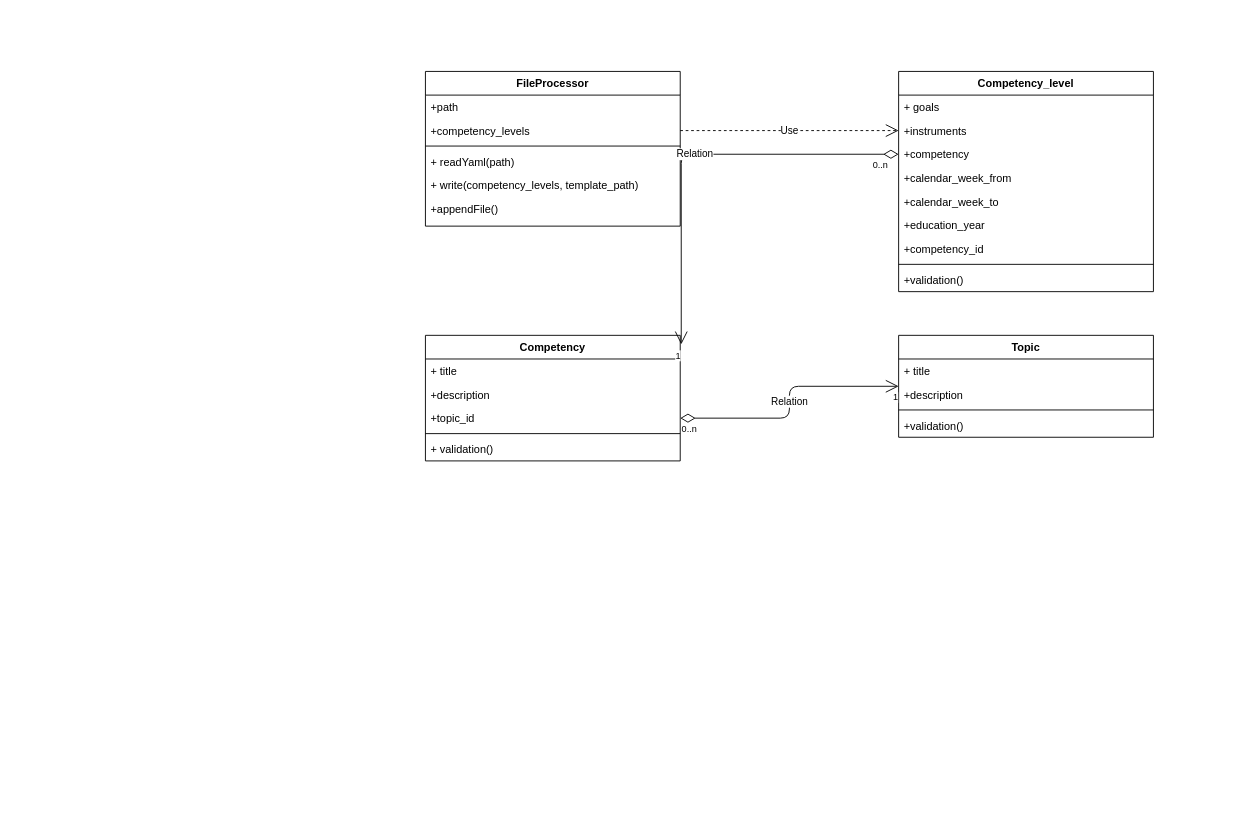
This is uml.drawio from puzzle-bbt/kon-ausbildungsplan-builder, a draw.io file, before an edit. Source tidied: cells renumbered, new cells numbered last; positions are measured from the earlier drawing's top-left corner, leaving out a move shared by most shapes. Both pictures are drawn from the tidied source at 91%, with x=0, y=0 at pixel (425, 71).
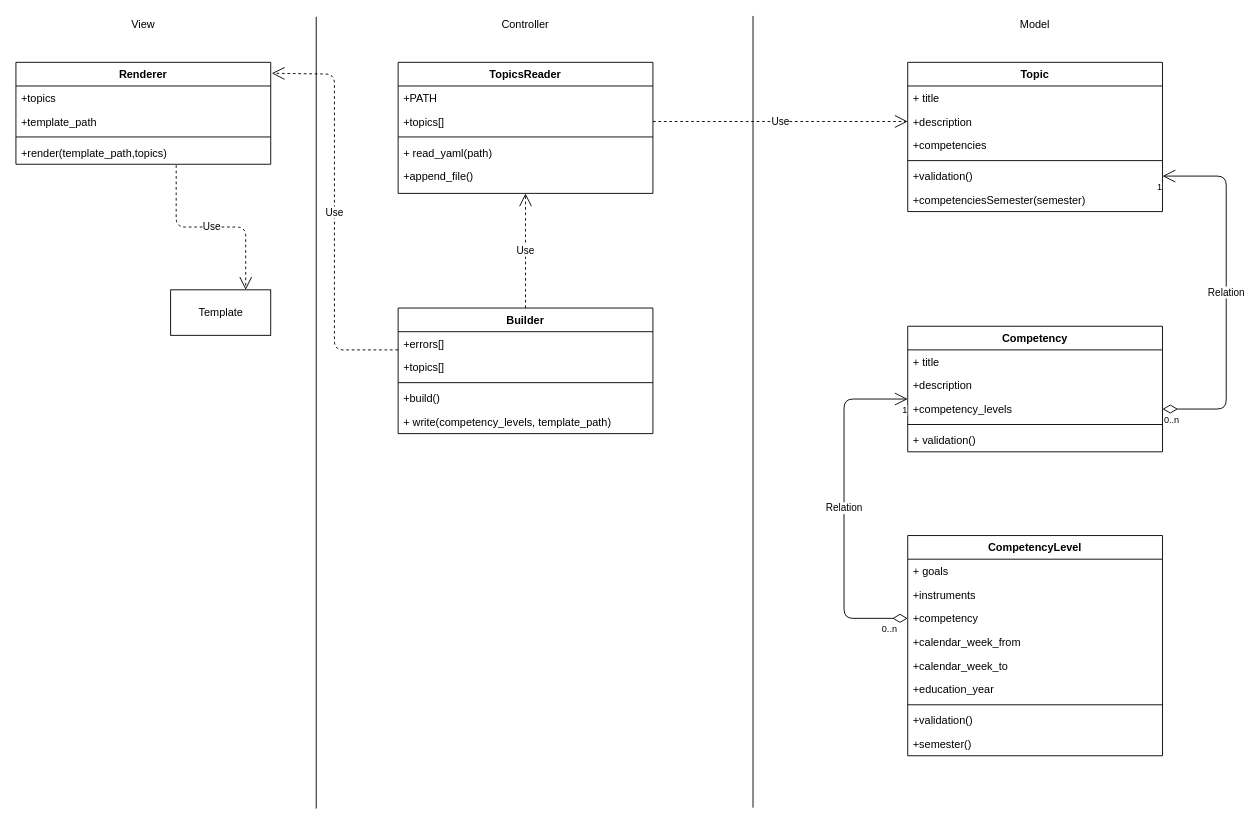
The same page after the edit.

Unchanged cells that the change refers to:
```xml
<mxCell id="4" value="+description" style="text;strokeColor=none;fillColor=none;align=left;verticalAlign=top;spacingLeft=4;spacingRight=4;overflow=hidden;points=[[0,0.5],[1,0.5]];portConstraint=eastwest;" parent="2" vertex="1">
  <mxGeometry y="52" width="280" height="26" as="geometry" />
</mxCell>
<mxCell id="15" value="+instruments" style="text;strokeColor=none;fillColor=none;align=left;verticalAlign=top;spacingLeft=4;spacingRight=4;overflow=hidden;points=[[0,0.5],[1,0.5]];portConstraint=eastwest;" parent="13" vertex="1">
  <mxGeometry y="52" width="280" height="26" as="geometry" />
</mxCell>
<mxCell id="16" value="+competency&#10;" style="text;strokeColor=none;fillColor=none;align=left;verticalAlign=top;spacingLeft=4;spacingRight=4;overflow=hidden;points=[[0,0.5],[1,0.5]];portConstraint=eastwest;" parent="13" vertex="1">
  <mxGeometry y="78" width="280" height="26" as="geometry" />
</mxCell>
```

Change to the diagram source:
```diff
@@
     <mxCell id="2" value="Topic" style="swimlane;fontStyle=1;align=center;verticalAlign=top;horizontal=1;startSize=26;" parent="1" vertex="1">
-      <mxGeometry x="520" y="290" width="280" height="112" as="geometry" />
+      <mxGeometry x="530" y="-10" width="280" height="164" as="geometry" />
     </mxCell>
@@
+    <mxCell id="37" value="+competencies" style="text;strokeColor=none;fillColor=none;align=left;verticalAlign=top;spacingLeft=4;spacingRight=4;overflow=hidden;" parent="2" vertex="1">
+      <mxGeometry y="78" width="280" height="26" as="geometry" />
+    </mxCell>
     <mxCell id="5" style="line;strokeWidth=1;fillColor=none;align=left;verticalAlign=middle;spacingTop=-1;spacingLeft=3;spacingRight=3;labelPosition=right;" parent="2" vertex="1">
-      <mxGeometry y="78" width="280" height="8" as="geometry" />
+      <mxGeometry y="104" width="280" height="8" as="geometry" />
     </mxCell>
     <mxCell id="6" value="+validation()" style="text;strokeColor=none;fillColor=none;align=left;verticalAlign=top;spacingLeft=4;spacingRight=4;overflow=hidden;" parent="2" vertex="1">
-      <mxGeometry y="86" width="280" height="26" as="geometry" />
+      <mxGeometry y="112" width="280" height="26" as="geometry" />
     </mxCell>
+    <mxCell id="38" value="+competenciesSemester(semester)" style="text;strokeColor=none;fillColor=none;align=left;verticalAlign=top;spacingLeft=4;spacingRight=4;overflow=hidden;" parent="2" vertex="1">
+      <mxGeometry y="138" width="280" height="26" as="geometry" />
+    </mxCell>
     <mxCell id="7" value="Competency" style="swimlane;fontStyle=1;align=center;verticalAlign=top;horizontal=1;startSize=26;" parent="1" vertex="1">
-      <mxGeometry y="290" width="280" height="138" as="geometry" />
+      <mxGeometry x="530" y="280" width="280" height="138" as="geometry" />
     </mxCell>
@@
-    <mxCell id="10" value="+topic_id" style="text;strokeColor=none;fillColor=none;align=left;verticalAlign=top;spacingLeft=4;spacingRight=4;overflow=hidden;points=[[0,0.5],[1,0.5]];portConstraint=eastwest;" parent="7" vertex="1">
+    <mxCell id="10" value="+competency_levels" style="text;strokeColor=none;fillColor=none;align=left;verticalAlign=top;spacingLeft=4;spacingRight=4;overflow=hidden;points=[[0,0.5],[1,0.5]];portConstraint=eastwest;" parent="7" vertex="1">
       <mxGeometry y="78" width="280" height="26" as="geometry" />
     </mxCell>
@@
-    <mxCell id="13" value="Competency_level" style="swimlane;fontStyle=1;align=center;verticalAlign=top;horizontal=1;startSize=26;" parent="1" vertex="1">
-      <mxGeometry x="520" width="280" height="242" as="geometry" />
+    <mxCell id="13" value="CompetencyLevel" style="swimlane;fontStyle=1;align=center;verticalAlign=top;horizontal=1;startSize=26;" parent="1" vertex="1">
+      <mxGeometry x="530" y="510" width="280" height="242" as="geometry" />
     </mxCell>
@@
-    <mxCell id="20" value="+competency_id" style="text;strokeColor=none;fillColor=none;align=left;verticalAlign=top;spacingLeft=4;spacingRight=4;overflow=hidden;" parent="13" vertex="1">
-      <mxGeometry y="182" width="280" height="26" as="geometry" />
-    </mxCell>
     <mxCell id="21" style="line;strokeWidth=1;fillColor=none;align=left;verticalAlign=middle;spacingTop=-1;spacingLeft=3;spacingRight=3;labelPosition=right;" parent="13" vertex="1">
-      <mxGeometry y="208" width="280" height="8" as="geometry" />
+      <mxGeometry y="182" width="280" height="8" as="geometry" />
     </mxCell>
     <mxCell id="22" value="+validation()" style="text;strokeColor=none;fillColor=none;align=left;verticalAlign=top;spacingLeft=4;spacingRight=4;overflow=hidden;" parent="13" vertex="1">
-      <mxGeometry y="216" width="280" height="26" as="geometry" />
+      <mxGeometry y="190" width="280" height="26" as="geometry" />
     </mxCell>
+    <mxCell id="39" value="+semester()" style="text;strokeColor=none;fillColor=none;align=left;verticalAlign=top;spacingLeft=4;spacingRight=4;overflow=hidden;" parent="13" vertex="1">
+      <mxGeometry y="216" width="280" height="26" as="geometry" />
+    </mxCell>
-    <mxCell id="23" value="FileProcessor" style="swimlane;fontStyle=1;align=center;verticalAlign=top;horizontal=1;startSize=26;" parent="1" vertex="1">
-      <mxGeometry width="280" height="170" as="geometry" />
+    <mxCell id="23" value="TopicsReader" style="swimlane;fontStyle=1;align=center;verticalAlign=top;horizontal=1;startSize=26;" parent="1" vertex="1">
+      <mxGeometry x="-30" y="-10" width="280" height="144" as="geometry" />
     </mxCell>
-    <mxCell id="24" value="+path" style="text;strokeColor=none;fillColor=none;align=left;verticalAlign=top;spacingLeft=4;spacingRight=4;overflow=hidden;" parent="23" vertex="1">
+    <mxCell id="24" value="+PATH" style="text;strokeColor=none;fillColor=none;align=left;verticalAlign=top;spacingLeft=4;spacingRight=4;overflow=hidden;" parent="23" vertex="1">
       <mxGeometry y="26" width="280" height="26" as="geometry" />
     </mxCell>
-    <mxCell id="25" value="+competency_levels" style="text;strokeColor=none;fillColor=none;align=left;verticalAlign=top;spacingLeft=4;spacingRight=4;overflow=hidden;points=[[0,0.5],[1,0.5]];portConstraint=eastwest;" parent="23" vertex="1">
+    <mxCell id="25" value="+topics[]" style="text;strokeColor=none;fillColor=none;align=left;verticalAlign=top;spacingLeft=4;spacingRight=4;overflow=hidden;points=[[0,0.5],[1,0.5]];portConstraint=eastwest;" parent="23" vertex="1">
       <mxGeometry y="52" width="280" height="26" as="geometry" />
     </mxCell>
@@
-    <mxCell id="27" value="+ readYaml(path) " style="text;strokeColor=none;fillColor=none;align=left;verticalAlign=top;spacingLeft=4;spacingRight=4;overflow=hidden;" parent="23" vertex="1">
+    <mxCell id="27" value="+ read_yaml(path) " style="text;strokeColor=none;fillColor=none;align=left;verticalAlign=top;spacingLeft=4;spacingRight=4;overflow=hidden;" parent="23" vertex="1">
       <mxGeometry y="86" width="280" height="26" as="geometry" />
     </mxCell>
-    <mxCell id="28" value="+ write(competency_levels, template_path)" style="text;strokeColor=none;fillColor=none;align=left;verticalAlign=top;spacingLeft=4;spacingRight=4;overflow=hidden;" parent="23" vertex="1">
-      <mxGeometry y="112" width="280" height="26" as="geometry" />
-    </mxCell>
-    <mxCell id="29" value="+appendFile() " style="text;strokeColor=none;fillColor=none;align=left;verticalAlign=top;spacingLeft=4;spacingRight=4;overflow=hidden;points=[[0,0.5],[1,0.5]];portConstraint=eastwest;" parent="23" vertex="1">
-      <mxGeometry y="138" width="280" height="32" as="geometry" />
+    <mxCell id="29" value="+append_file() " style="text;strokeColor=none;fillColor=none;align=left;verticalAlign=top;spacingLeft=4;spacingRight=4;overflow=hidden;points=[[0,0.5],[1,0.5]];portConstraint=eastwest;" parent="23" vertex="1">
+      <mxGeometry y="112" width="280" height="32" as="geometry" />
     </mxCell>
     <mxCell id="30" value="Relation" style="endArrow=open;html=1;endSize=12;startArrow=diamondThin;startSize=14;startFill=0;edgeStyle=orthogonalEdgeStyle;exitX=1;exitY=0.5;exitDx=0;exitDy=0;" parent="1" edge="1" source="10" target="2">
-      <mxGeometry relative="1" as="geometry" />
+      <mxGeometry relative="1" as="geometry">
+        <Array as="points">
+          <mxPoint x="880" y="371" />
+          <mxPoint x="880" y="115" />
+        </Array>
+      </mxGeometry>
     </mxCell>
@@
-    <mxCell id="33" value="Relation" style="endArrow=open;html=1;endSize=12;startArrow=diamondThin;startSize=14;startFill=0;edgeStyle=orthogonalEdgeStyle;exitX=0;exitY=0.5;exitDx=0;exitDy=0;entryX=1.004;entryY=0.072;entryDx=0;entryDy=0;entryPerimeter=0;" parent="1" edge="1" source="16" target="7">
-      <mxGeometry relative="1" as="geometry" />
+    <mxCell id="33" value="Relation" style="endArrow=open;html=1;endSize=12;startArrow=diamondThin;startSize=14;startFill=0;edgeStyle=orthogonalEdgeStyle;exitX=0;exitY=0.5;exitDx=0;exitDy=0;" parent="1" edge="1" source="16">
+      <mxGeometry relative="1" as="geometry">
+        <mxPoint x="530" y="360" as="targetPoint" />
+        <Array as="points">
+          <mxPoint x="460" y="601" />
+          <mxPoint x="460" y="360" />
+        </Array>
+      </mxGeometry>
     </mxCell>
@@
-    <mxCell id="36" value="Use" style="endArrow=open;endSize=12;dashed=1;html=1;exitX=1;exitY=0.5;exitDx=0;exitDy=0;entryX=0;entryY=0.5;entryDx=0;entryDy=0;" parent="1" edge="1" source="25" target="15">
+    <mxCell id="36" value="Use" style="endArrow=open;endSize=12;dashed=1;html=1;exitX=1;exitY=0.5;exitDx=0;exitDy=0;entryX=0;entryY=0.5;entryDx=0;entryDy=0;" parent="1" edge="1" source="25" target="4">
       <mxGeometry relative="1" as="geometry" />
     </mxCell>
+    <mxCell id="40" value="Controller" style="text;html=1;strokeColor=none;fillColor=none;align=center;verticalAlign=middle;whiteSpace=wrap;rounded=0;" parent="1" vertex="1">
+      <mxGeometry x="90" y="-61" width="40" height="20" as="geometry" />
+    </mxCell>
+    <mxCell id="41" value="Model" style="text;html=1;strokeColor=none;fillColor=none;align=center;verticalAlign=middle;whiteSpace=wrap;rounded=0;" parent="1" vertex="1">
+      <mxGeometry x="650" y="-61" width="40" height="20" as="geometry" />
+    </mxCell>
+    <mxCell id="42" value="Renderer" style="swimlane;fontStyle=1;align=center;verticalAlign=top;horizontal=1;startSize=26;" parent="1" vertex="1">
+      <mxGeometry x="-450" y="-10" width="280" height="112" as="geometry" />
+    </mxCell>
+    <mxCell id="43" value="+topics" style="text;strokeColor=none;fillColor=none;align=left;verticalAlign=top;spacingLeft=4;spacingRight=4;overflow=hidden;" parent="42" vertex="1">
+      <mxGeometry y="26" width="280" height="26" as="geometry" />
+    </mxCell>
+    <mxCell id="44" value="+template_path" style="text;strokeColor=none;fillColor=none;align=left;verticalAlign=top;spacingLeft=4;spacingRight=4;overflow=hidden;" parent="42" vertex="1">
+      <mxGeometry y="52" width="280" height="26" as="geometry" />
+    </mxCell>
+    <mxCell id="45" style="line;strokeWidth=1;fillColor=none;align=left;verticalAlign=middle;spacingTop=-1;spacingLeft=3;spacingRight=3;labelPosition=right;" parent="42" vertex="1">
+      <mxGeometry y="78" width="280" height="8" as="geometry" />
+    </mxCell>
+    <mxCell id="46" value="+render(template_path,topics) " style="text;strokeColor=none;fillColor=none;align=left;verticalAlign=top;spacingLeft=4;spacingRight=4;overflow=hidden;points=[[0,0.5],[1,0.5]];portConstraint=eastwest;" parent="42" vertex="1">
+      <mxGeometry y="86" width="280" height="26" as="geometry" />
+    </mxCell>
+    <mxCell id="47" value="Builder" style="swimlane;fontStyle=1;align=center;verticalAlign=top;horizontal=1;startSize=26;" parent="1" vertex="1">
+      <mxGeometry x="-30" y="260" width="280" height="138" as="geometry" />
+    </mxCell>
+    <mxCell id="48" value="+errors[]" style="text;strokeColor=none;fillColor=none;align=left;verticalAlign=top;spacingLeft=4;spacingRight=4;overflow=hidden;points=[[0,0.5],[1,0.5]];portConstraint=eastwest;" parent="47" vertex="1">
+      <mxGeometry y="26" width="280" height="26" as="geometry" />
+    </mxCell>
+    <mxCell id="49" value="+topics[]" style="text;strokeColor=none;fillColor=none;align=left;verticalAlign=top;spacingLeft=4;spacingRight=4;overflow=hidden;" parent="47" vertex="1">
+      <mxGeometry y="52" width="280" height="26" as="geometry" />
+    </mxCell>
+    <mxCell id="50" style="line;strokeWidth=1;fillColor=none;align=left;verticalAlign=middle;spacingTop=-1;spacingLeft=3;spacingRight=3;labelPosition=right;" parent="47" vertex="1">
+      <mxGeometry y="78" width="280" height="8" as="geometry" />
+    </mxCell>
+    <mxCell id="51" value="+build() " style="text;strokeColor=none;fillColor=none;align=left;verticalAlign=top;spacingLeft=4;spacingRight=4;overflow=hidden;" parent="47" vertex="1">
+      <mxGeometry y="86" width="280" height="26" as="geometry" />
+    </mxCell>
+    <mxCell id="28" value="+ write(competency_levels, template_path)" style="text;strokeColor=none;fillColor=none;align=left;verticalAlign=top;spacingLeft=4;spacingRight=4;overflow=hidden;" parent="47" vertex="1">
+      <mxGeometry y="112" width="280" height="26" as="geometry" />
+    </mxCell>
+    <mxCell id="52" value="Template" style="html=1;" parent="1" vertex="1">
+      <mxGeometry x="-280" y="240" width="110" height="50" as="geometry" />
+    </mxCell>
+    <mxCell id="53" value="Use" style="endArrow=open;endSize=12;dashed=1;html=1;exitX=0.5;exitY=0;exitDx=0;exitDy=0;" parent="1" edge="1" source="47" target="29">
+      <mxGeometry relative="1" as="geometry" />
+    </mxCell>
+    <mxCell id="54" value="Use" style="endArrow=open;endSize=12;dashed=1;html=1;exitX=0;exitY=0.769;exitDx=0;exitDy=0;entryX=1.004;entryY=0.107;entryDx=0;entryDy=0;exitPerimeter=0;entryPerimeter=0;edgeStyle=orthogonalEdgeStyle;" parent="1" edge="1" source="48" target="42">
+      <mxGeometry relative="1" as="geometry">
+        <Array as="points">
+          <mxPoint x="-100" y="306" />
+          <mxPoint x="-100" y="3" />
+        </Array>
+      </mxGeometry>
+    </mxCell>
+    <mxCell id="55" value="Use" style="endArrow=open;endSize=12;dashed=1;html=1;exitX=0.629;exitY=1.038;exitDx=0;exitDy=0;entryX=0.75;entryY=0;entryDx=0;entryDy=0;exitPerimeter=0;edgeStyle=orthogonalEdgeStyle;" parent="1" edge="1" source="46" target="52">
+      <mxGeometry relative="1" as="geometry" />
+    </mxCell>
+    <mxCell id="56" value="&lt;div&gt;View&lt;/div&gt;" style="text;html=1;strokeColor=none;fillColor=none;align=center;verticalAlign=middle;whiteSpace=wrap;rounded=0;" parent="1" vertex="1">
+      <mxGeometry x="-330" y="-61" width="40" height="20" as="geometry" />
+    </mxCell>
+    <mxCell id="57" style="endArrow=none;html=1;" parent="1" edge="1">
+      <mxGeometry relative="1" as="geometry">
+        <mxPoint x="-120" y="810" as="sourcePoint" />
+        <mxPoint x="-120" y="-60" as="targetPoint" />
+      </mxGeometry>
+    </mxCell>
+    <mxCell id="58" style="endArrow=none;html=1;" parent="1" edge="1">
+      <mxGeometry relative="1" as="geometry">
+        <mxPoint x="360" y="809" as="sourcePoint" />
+        <mxPoint x="360" y="-61" as="targetPoint" />
+      </mxGeometry>
+    </mxCell>
```
